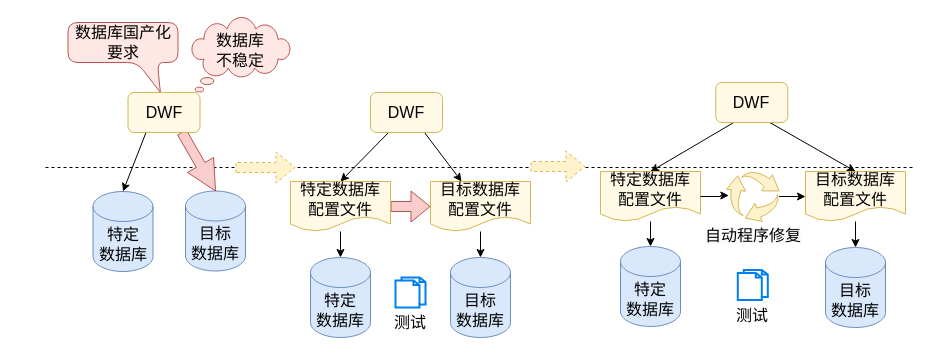
Earlier version of the draw.io diagram 开题报告/motivation.drawio (Olive-2019/drawio-source). Source tidied: cells renumbered, new cells numbered last; positions are measured from the earlier drawing's top-left corner, leaving out a move shared by most shapes. Both pictures are drawn from the tidied source at 100%, with x=0, y=0 at pixel (45, 17).
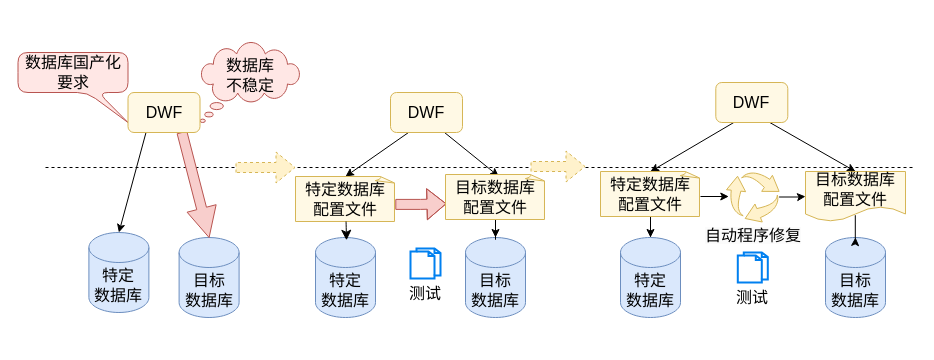
The same page after the edit.

The change refers to these unchanged cells:
```xml
<mxCell id="25" value="目标数据库&lt;div style=&quot;font-size: 16px;&quot;&gt;配置文件&lt;/div&gt;" style="shape=document;whiteSpace=wrap;html=1;boundedLbl=1;fontSize=16;fillColor=#FFF9E5;strokeColor=#d6b656;" parent="1" vertex="1">
  <mxGeometry x="760" y="154" width="100" height="50" as="geometry" />
</mxCell>
<mxCell id="32" value="&lt;span style=&quot;font-size: 16px;&quot;&gt;DWF&lt;/span&gt;" style="rounded=1;whiteSpace=wrap;html=1;fillColor=#FFF9E5;strokeColor=#d6b656;" parent="1" vertex="1">
  <mxGeometry x="670.3" y="65" width="72" height="40" as="geometry" />
</mxCell>
```

The edit, as a diff of the source:
```diff
@@
     <mxCell id="3" value="特定&lt;div&gt;数据库&lt;/div&gt;" style="shape=cylinder3;whiteSpace=wrap;html=1;boundedLbl=1;backgroundOutline=1;size=15;fontSize=16;fillColor=#dae8fc;strokeColor=#6c8ebf;" parent="1" vertex="1">
-      <mxGeometry x="47.5" y="174" width="60" height="80" as="geometry" />
+      <mxGeometry x="43.4" y="215" width="60" height="80" as="geometry" />
     </mxCell>
@@
     <mxCell id="5" value="数据库&lt;div&gt;不稳定&lt;/div&gt;" style="whiteSpace=wrap;html=1;shape=mxgraph.basic.cloud_callout;fontSize=16;spacingBottom=14;fillColor=#FFE7E5;strokeColor=#b85450;" parent="1" vertex="1">
-      <mxGeometry x="145" width="100" height="80" as="geometry" />
+      <mxGeometry x="154.5" y="25" width="100" height="80" as="geometry" />
     </mxCell>
     <mxCell id="6" value="&lt;div&gt;目标&lt;/div&gt;&lt;div&gt;数据库&lt;/div&gt;" style="shape=cylinder3;whiteSpace=wrap;html=1;boundedLbl=1;backgroundOutline=1;size=15;fontSize=16;fillColor=#dae8fc;strokeColor=#6c8ebf;" parent="1" vertex="1">
-      <mxGeometry x="140" y="173.5" width="60" height="80" as="geometry" />
+      <mxGeometry x="133.6" y="220" width="60" height="80" as="geometry" />
     </mxCell>
@@
-    <mxCell id="8" style="rounded=0;jettySize=auto;html=1;entryX=0.5;entryY=0;entryDx=0;entryDy=0;exitX=0.25;exitY=1;exitDx=0;exitDy=0;" parent="1" edge="1" source="31" target="14">
+    <mxCell id="8" style="rounded=0;jettySize=auto;html=1;entryX=0.5;entryY=0;entryDx=0;entryDy=0;exitX=0.25;exitY=1;exitDx=0;exitDy=0;entryPerimeter=0;" parent="1" edge="1" source="31" target="41">
       <mxGeometry relative="1" as="geometry" />
     </mxCell>
-    <mxCell id="9" style="rounded=0;jettySize=auto;html=1;exitX=0.75;exitY=1;exitDx=0;exitDy=0;" parent="1" edge="1" source="31" target="16">
+    <mxCell id="9" style="rounded=0;jettySize=auto;html=1;exitX=0.75;exitY=1;exitDx=0;exitDy=0;entryX=0.532;entryY=0.04;entryDx=0;entryDy=0;entryPerimeter=0;" parent="1" edge="1" source="31" target="16">
       <mxGeometry relative="1" as="geometry" />
     </mxCell>
     <mxCell id="10" value="特定&lt;div&gt;数据库&lt;/div&gt;" style="shape=cylinder3;whiteSpace=wrap;html=1;boundedLbl=1;backgroundOutline=1;size=15;fontSize=16;fillColor=#dae8fc;strokeColor=#6c8ebf;" parent="1" vertex="1">
-      <mxGeometry x="265" y="240" width="60" height="80" as="geometry" />
+      <mxGeometry x="270" y="220" width="60" height="80" as="geometry" />
     </mxCell>
     <mxCell id="11" value="&lt;div&gt;目标&lt;/div&gt;&lt;div&gt;数据库&lt;/div&gt;" style="shape=cylinder3;whiteSpace=wrap;html=1;boundedLbl=1;backgroundOutline=1;size=15;fontSize=16;fillColor=#dae8fc;strokeColor=#6c8ebf;" parent="1" vertex="1">
-      <mxGeometry x="405" y="240" width="60" height="80" as="geometry" />
+      <mxGeometry x="420" y="220" width="60" height="80" as="geometry" />
     </mxCell>
-    <mxCell id="12" style="edgeStyle=orthogonalEdgeStyle;rounded=0;jettySize=auto;html=1;" parent="1" edge="1" source="14" target="10">
-      <mxGeometry relative="1" as="geometry" />
-    </mxCell>
-    <mxCell id="13" style="edgeStyle=orthogonalEdgeStyle;rounded=0;jettySize=auto;html=1;entryX=0;entryY=0.5;entryDx=0;entryDy=0;fillColor=#f8cecc;strokeColor=#b85450;strokeWidth=1;shape=flexArrow;" parent="1" edge="1" source="14" target="16">
+    <mxCell id="13" style="edgeStyle=orthogonalEdgeStyle;rounded=0;jettySize=auto;html=1;entryX=0.01;entryY=0.65;entryDx=0;entryDy=0;fillColor=#f8cecc;strokeColor=#b85450;strokeWidth=1;shape=flexArrow;entryPerimeter=0;exitX=0.998;exitY=0.62;exitDx=0;exitDy=0;exitPerimeter=0;" parent="1" edge="1" source="41" target="16">
       <mxGeometry relative="1" as="geometry" />
     </mxCell>
-    <mxCell id="14" value="特定数据库&lt;div style=&quot;font-size: 16px;&quot;&gt;配置文件&lt;/div&gt;" style="shape=document;whiteSpace=wrap;html=1;boundedLbl=1;fontSize=16;fillColor=#FFF9E5;strokeColor=#d6b656;" parent="1" vertex="1">
-      <mxGeometry x="245" y="164" width="100" height="50" as="geometry" />
-    </mxCell>
-    <mxCell id="15" style="edgeStyle=orthogonalEdgeStyle;rounded=0;jettySize=auto;html=1;" parent="1" edge="1" source="16" target="11">
+    <mxCell id="15" style="edgeStyle=orthogonalEdgeStyle;rounded=0;jettySize=auto;html=1;exitX=0.5;exitY=1;exitDx=0;exitDy=0;exitPerimeter=0;" parent="1" edge="1" source="16" target="11">
       <mxGeometry relative="1" as="geometry" />
     </mxCell>
-    <mxCell id="16" value="目标数据库&lt;div style=&quot;font-size: 16px;&quot;&gt;配置文件&lt;/div&gt;" style="shape=document;whiteSpace=wrap;html=1;boundedLbl=1;fontSize=16;fillColor=#FFF9E5;strokeColor=#d6b656;" parent="1" vertex="1">
-      <mxGeometry x="385" y="164" width="100" height="50" as="geometry" />
-    </mxCell>
-    <mxCell id="17" value="&lt;span style=&quot;font-size: 16px;&quot;&gt;数据库国产化&lt;/span&gt;&lt;div&gt;&lt;span style=&quot;font-size: 16px;&quot;&gt;要求&lt;/span&gt;&lt;/div&gt;" style="shape=callout;whiteSpace=wrap;html=1;perimeter=calloutPerimeter;position2=0.84;size=30;position=0.63;rounded=1;fillColor=#FFE7E5;strokeColor=#b85450;" parent="1" vertex="1">
-      <mxGeometry x="22.5" y="5" width="110" height="70" as="geometry" />
+    <mxCell id="17" value="&lt;span style=&quot;font-size: 16px;&quot;&gt;数据库国产化&lt;/span&gt;&lt;div&gt;&lt;span style=&quot;font-size: 16px;&quot;&gt;要求&lt;/span&gt;&lt;/div&gt;" style="shape=callout;whiteSpace=wrap;html=1;perimeter=calloutPerimeter;position2=1;size=30;position=0.63;rounded=1;fillColor=#FFE7E5;strokeColor=#b85450;base=11;" parent="1" vertex="1">
+      <mxGeometry x="-27.5" y="35" width="110" height="70" as="geometry" />
     </mxCell>
-    <mxCell id="18" style="rounded=0;jettySize=auto;html=1;entryX=0.5;entryY=0;entryDx=0;entryDy=0;exitX=0.25;exitY=1;exitDx=0;exitDy=0;" parent="1" edge="1" source="32" target="23">
+    <mxCell id="18" style="rounded=0;jettySize=auto;html=1;entryX=0.5;entryY=0;entryDx=0;entryDy=0;exitX=0.25;exitY=1;exitDx=0;exitDy=0;entryPerimeter=0;" parent="1" edge="1" source="32" target="42">
       <mxGeometry relative="1" as="geometry" />
     </mxCell>
-    <mxCell id="19" style="rounded=0;jettySize=auto;html=1;exitX=0.75;exitY=1;exitDx=0;exitDy=0;entryX=0.5;entryY=0;entryDx=0;entryDy=0;" parent="1" edge="1" source="32" target="25">
+    <mxCell id="19" style="rounded=0;jettySize=auto;html=1;exitX=0.75;exitY=1;exitDx=0;exitDy=0;entryX=0.5;entryY=0;entryDx=0;entryDy=0;entryPerimeter=0;" parent="1" edge="1" source="32" target="25">
       <mxGeometry relative="1" as="geometry" />
     </mxCell>
     <mxCell id="20" value="特定&lt;div&gt;数据库&lt;/div&gt;" style="shape=cylinder3;whiteSpace=wrap;html=1;boundedLbl=1;backgroundOutline=1;size=15;fontSize=16;fillColor=#dae8fc;strokeColor=#6c8ebf;" parent="1" vertex="1">
-      <mxGeometry x="575" y="229" width="60" height="80" as="geometry" />
+      <mxGeometry x="575" y="220" width="60" height="80" as="geometry" />
     </mxCell>
     <mxCell id="21" value="&lt;div&gt;目标&lt;/div&gt;&lt;div&gt;数据库&lt;/div&gt;" style="shape=cylinder3;whiteSpace=wrap;html=1;boundedLbl=1;backgroundOutline=1;size=15;fontSize=16;fillColor=#dae8fc;strokeColor=#6c8ebf;" parent="1" vertex="1">
-      <mxGeometry x="780" y="230" width="60" height="80" as="geometry" />
+      <mxGeometry x="780" y="220" width="60" height="80" as="geometry" />
     </mxCell>
-    <mxCell id="22" style="edgeStyle=orthogonalEdgeStyle;rounded=0;jettySize=auto;html=1;" parent="1" edge="1" source="23" target="20">
+    <mxCell id="22" style="edgeStyle=orthogonalEdgeStyle;rounded=0;jettySize=auto;html=1;exitX=0.5;exitY=1;exitDx=0;exitDy=0;exitPerimeter=0;" parent="1" edge="1" source="42" target="20">
       <mxGeometry relative="1" as="geometry" />
     </mxCell>
-    <mxCell id="23" value="特定数据库&lt;div style=&quot;font-size: 16px;&quot;&gt;配置文件&lt;/div&gt;" style="shape=document;whiteSpace=wrap;html=1;boundedLbl=1;fontSize=16;fillColor=#FFF9E5;strokeColor=#d6b656;gradientColor=none;" parent="1" vertex="1">
-      <mxGeometry x="555" y="154" width="100" height="50" as="geometry" />
-    </mxCell>
-    <mxCell id="24" style="edgeStyle=orthogonalEdgeStyle;rounded=0;jettySize=auto;html=1;" parent="1" edge="1" source="25" target="21">
+    <mxCell id="24" style="edgeStyle=orthogonalEdgeStyle;rounded=0;jettySize=auto;html=1;exitX=0.498;exitY=0.874;exitDx=0;exitDy=0;exitPerimeter=0;" parent="1" edge="1" source="25" target="21">
       <mxGeometry relative="1" as="geometry" />
     </mxCell>
@@
     <mxCell id="27" style="sketch=0;html=1;strokeColor=#d6b656;shadow=0;fillColor=#fff2cc;verticalAlign=top;labelPosition=center;verticalLabelPosition=bottom;shape=mxgraph.gcp2.arrow_cycle;" parent="1" vertex="1">
-      <mxGeometry x="681" y="154" width="52.6" height="50" as="geometry" />
+      <mxGeometry x="681" y="154.5" width="52.6" height="50" as="geometry" />
     </mxCell>
@@
-    <mxCell id="29" style="edgeStyle=orthogonalEdgeStyle;rounded=0;jettySize=auto;html=1;entryX=0.044;entryY=0.48;entryDx=0;entryDy=0;entryPerimeter=0;" parent="1" edge="1" source="23" target="27">
-      <mxGeometry relative="1" as="geometry" />
+    <mxCell id="29" style="edgeStyle=orthogonalEdgeStyle;rounded=0;jettySize=auto;html=1;entryX=0.044;entryY=0.48;entryDx=0;entryDy=0;entryPerimeter=0;" parent="1" edge="1" target="27">
+      <mxGeometry relative="1" as="geometry">
+        <mxPoint x="655" y="179" as="sourcePoint" />
+      </mxGeometry>
     </mxCell>
@@
     <mxCell id="31" value="&lt;span style=&quot;font-size: 16px;&quot;&gt;DWF&lt;/span&gt;" style="rounded=1;whiteSpace=wrap;html=1;fillColor=#FFF9E5;strokeColor=#d6b656;" parent="1" vertex="1">
-      <mxGeometry x="325" y="75" width="72" height="40" as="geometry" />
+      <mxGeometry x="345" y="75" width="72" height="40" as="geometry" />
     </mxCell>
@@
     <mxCell id="33" style="group;" parent="1" vertex="1">
-      <mxGeometry x="677.3" y="242.5" width="60" height="75" as="geometry" />
+      <mxGeometry x="677.3" y="225" width="60" height="75" as="geometry" />
     </mxCell>
@@
     <mxCell id="36" style="group;" parent="1" vertex="1">
-      <mxGeometry x="335" y="250" width="60" height="75" as="geometry" />
+      <mxGeometry x="350" y="221" width="60" height="75" as="geometry" />
     </mxCell>
@@
+    <mxCell id="41" value="&lt;span style=&quot;font-size: 16px;&quot;&gt;特定数据库&lt;/span&gt;&lt;div style=&quot;font-size: 16px;&quot;&gt;配置文件&lt;/div&gt;" style="whiteSpace=wrap;html=1;shape=mxgraph.basic.document;strokeColor=#d6b656;align=center;verticalAlign=middle;fontFamily=Helvetica;fontSize=16;fontColor=default;fillColor=#FFF9E5;" parent="1" vertex="1">
+      <mxGeometry x="250" y="159" width="100" height="45" as="geometry" />
+    </mxCell>
+    <mxCell id="42" value="&lt;span style=&quot;font-size: 16px;&quot;&gt;特定数据库&lt;/span&gt;&lt;div style=&quot;font-size: 16px;&quot;&gt;配置文件&lt;/div&gt;" style="whiteSpace=wrap;html=1;shape=mxgraph.basic.document;strokeColor=#d6b656;align=center;verticalAlign=middle;fontFamily=Helvetica;fontSize=16;fontColor=default;fillColor=#FFF9E5;" parent="1" vertex="1">
+      <mxGeometry x="555" y="154" width="100" height="45" as="geometry" />
+    </mxCell>
+    <mxCell id="43" style="edgeStyle=none;curved=1;rounded=0;jettySize=auto;html=1;entryX=0.517;entryY=0.035;entryDx=0;entryDy=0;entryPerimeter=0;fontSize=12;startSize=8;endSize=8;" parent="1" edge="1" source="41" target="10">
+      <mxGeometry relative="1" as="geometry" />
+    </mxCell>
+    <mxCell id="16" value="目标数据库&lt;div&gt;配置文件&lt;/div&gt;" style="whiteSpace=wrap;html=1;shape=mxgraph.basic.document;strokeColor=#d6b656;align=center;verticalAlign=middle;fontFamily=Helvetica;fontSize=16;fontColor=default;fillColor=#FFF9E5;" parent="1" vertex="1">
+      <mxGeometry x="400" y="157" width="100" height="45" as="geometry" />
+    </mxCell>
```
